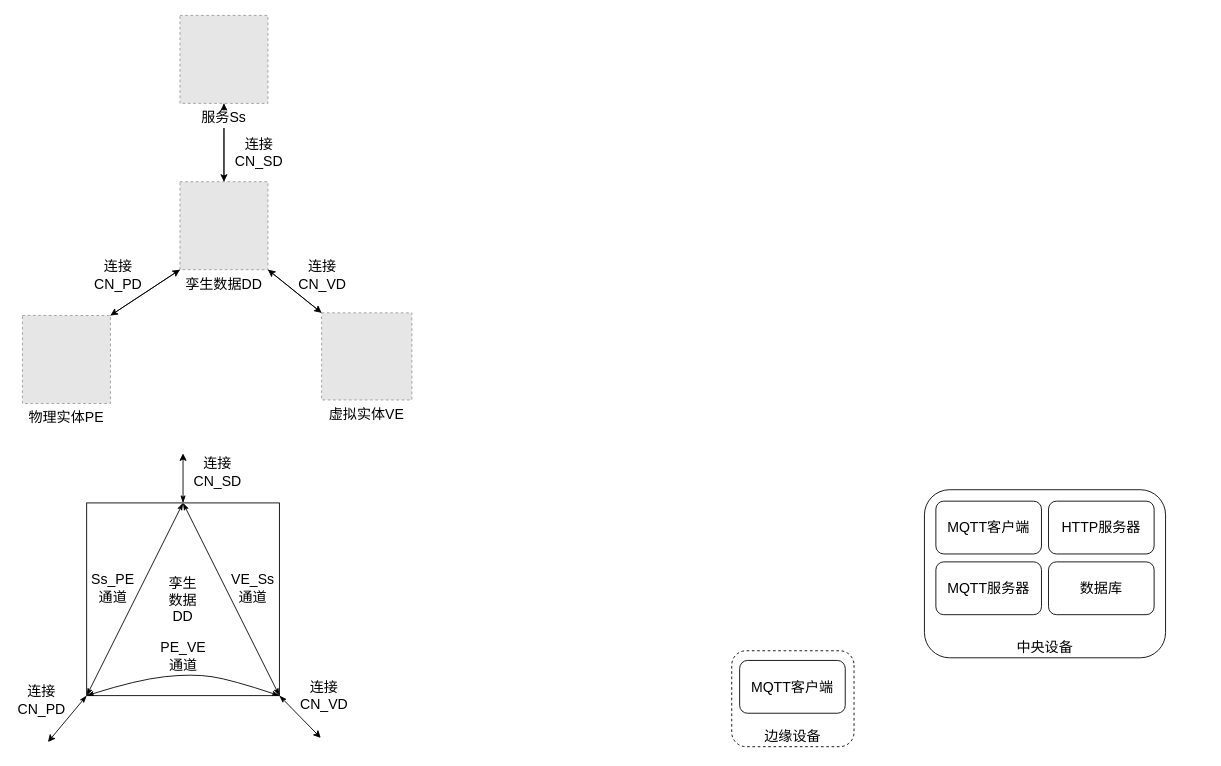
The draw.io diagram 数字孪生模型.drawio in lilingkang/drawio-files, before the edit. Source tidied: cells renumbered, new cells numbered last; positions are measured from the earlier drawing's top-left corner, leaving out a move shared by most shapes. Both pictures are drawn from the tidied source at 88%, with x=0, y=0 at pixel (15, 15). Pictures stored in the file or linked from it are replaced by grey dashed boxes.
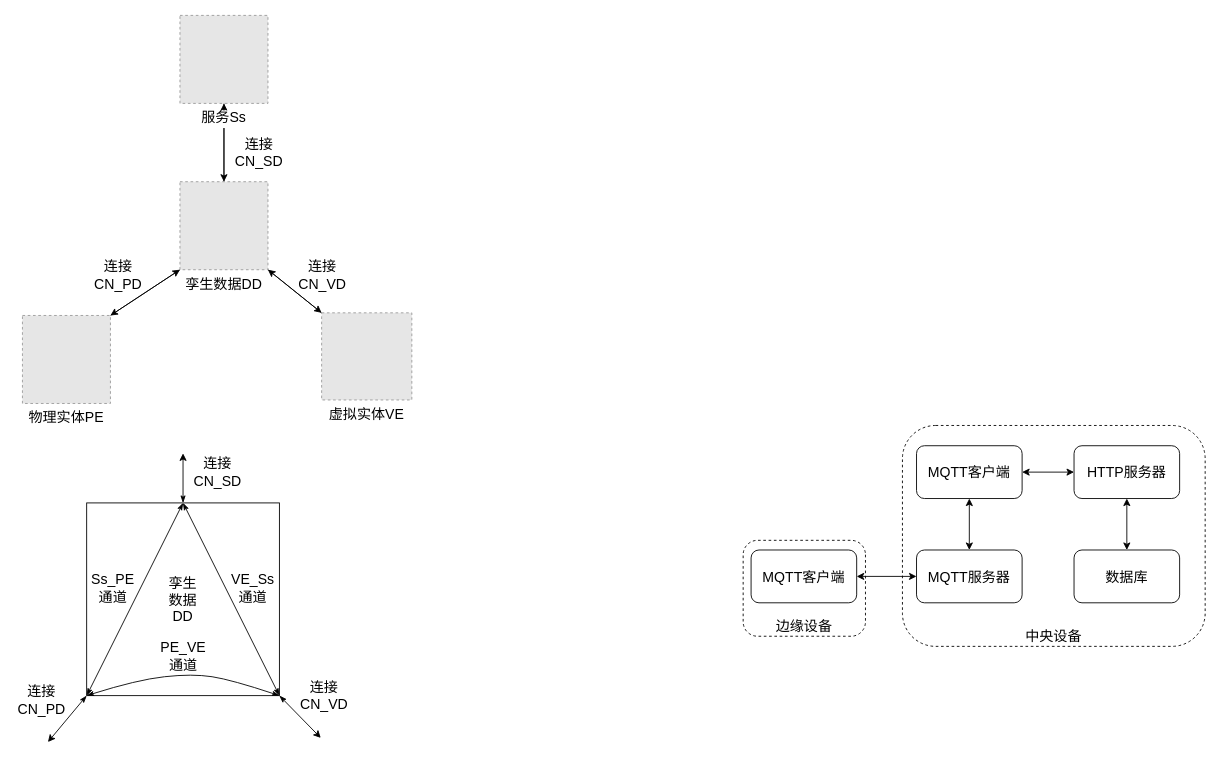
The same page after the edit.

Commit message:
更新数字孪生模型.drawio

The edit, as a diff of the source:
```diff
@@
+    <mxCell id="28" value="&lt;font style=&quot;font-size: 16px;&quot;&gt;边缘设备&lt;/font&gt;" style="rounded=1;whiteSpace=wrap;html=1;direction=south;dashed=1;verticalAlign=bottom;" parent="1" vertex="1">
+      <mxGeometry x="827" y="596.5" width="139" height="109" as="geometry" />
+    </mxCell>
+    <mxCell id="30" value="中央设备" style="rounded=1;whiteSpace=wrap;html=1;fontSize=16;verticalAlign=bottom;dashed=1;" parent="1" vertex="1">
+      <mxGeometry x="1008" y="466" width="344" height="251" as="geometry" />
+    </mxCell>
@@
-    <mxCell id="28" value="&lt;font style=&quot;font-size: 16px;&quot;&gt;边缘设备&lt;/font&gt;" style="rounded=1;whiteSpace=wrap;html=1;direction=south;dashed=1;verticalAlign=bottom;" parent="1" vertex="1">
-      <mxGeometry x="814" y="722" width="139" height="109" as="geometry" />
-    </mxCell>
-    <mxCell id="29" value="MQTT客户端" style="rounded=1;whiteSpace=wrap;html=1;fontSize=16;" parent="1" vertex="1">
-      <mxGeometry x="823" y="733" width="120" height="60" as="geometry" />
-    </mxCell>
-    <mxCell id="30" value="中央设备" style="rounded=1;whiteSpace=wrap;html=1;fontSize=16;verticalAlign=bottom;" parent="1" vertex="1">
-      <mxGeometry x="1033" y="539" width="274" height="191" as="geometry" />
-    </mxCell>
+    <mxCell id="35" style="edgeStyle=orthogonalEdgeStyle;rounded=0;jettySize=auto;html=1;entryX=0;entryY=0.5;entryDx=0;entryDy=0;fontSize=16;startArrow=classic;startFill=1;" parent="1" edge="1" source="29" target="31">
+      <mxGeometry relative="1" as="geometry" />
+    </mxCell>
     <mxCell id="31" value="MQTT服务器" style="rounded=1;whiteSpace=wrap;html=1;fontSize=16;" parent="1" vertex="1">
-      <mxGeometry x="1046" y="621" width="120" height="60" as="geometry" />
+      <mxGeometry x="1024" y="607.5" width="120" height="60" as="geometry" />
     </mxCell>
+    <mxCell id="36" style="edgeStyle=orthogonalEdgeStyle;rounded=0;jettySize=auto;html=1;fontSize=16;startArrow=classic;startFill=1;" parent="1" edge="1" source="32" target="34">
+      <mxGeometry relative="1" as="geometry" />
+    </mxCell>
     <mxCell id="32" value="HTTP服务器" style="rounded=1;whiteSpace=wrap;html=1;fontSize=16;" parent="1" vertex="1">
-      <mxGeometry x="1174" y="552" width="120" height="60" as="geometry" />
+      <mxGeometry x="1203" y="489" width="120" height="60" as="geometry" />
     </mxCell>
+    <mxCell id="37" style="edgeStyle=orthogonalEdgeStyle;rounded=0;jettySize=auto;html=1;fontSize=16;startArrow=classic;startFill=1;" parent="1" edge="1" source="33" target="31">
+      <mxGeometry relative="1" as="geometry" />
+    </mxCell>
+    <mxCell id="38" style="edgeStyle=orthogonalEdgeStyle;rounded=0;jettySize=auto;html=1;fontSize=16;startArrow=classic;startFill=1;" parent="1" edge="1" source="33" target="32">
+      <mxGeometry relative="1" as="geometry" />
+    </mxCell>
     <mxCell id="33" value="MQTT客户端" style="rounded=1;whiteSpace=wrap;html=1;fontSize=16;" parent="1" vertex="1">
-      <mxGeometry x="1046" y="552" width="120" height="60" as="geometry" />
+      <mxGeometry x="1024" y="489" width="120" height="60" as="geometry" />
     </mxCell>
     <mxCell id="34" value="数据库" style="rounded=1;whiteSpace=wrap;html=1;fontSize=16;" parent="1" vertex="1">
-      <mxGeometry x="1174" y="621" width="120" height="60" as="geometry" />
+      <mxGeometry x="1203" y="607.5" width="120" height="60" as="geometry" />
     </mxCell>
+    <mxCell id="29" value="MQTT客户端" style="rounded=1;whiteSpace=wrap;html=1;fontSize=16;" parent="1" vertex="1">
+      <mxGeometry x="836" y="607.5" width="120" height="60" as="geometry" />
+    </mxCell>
```
